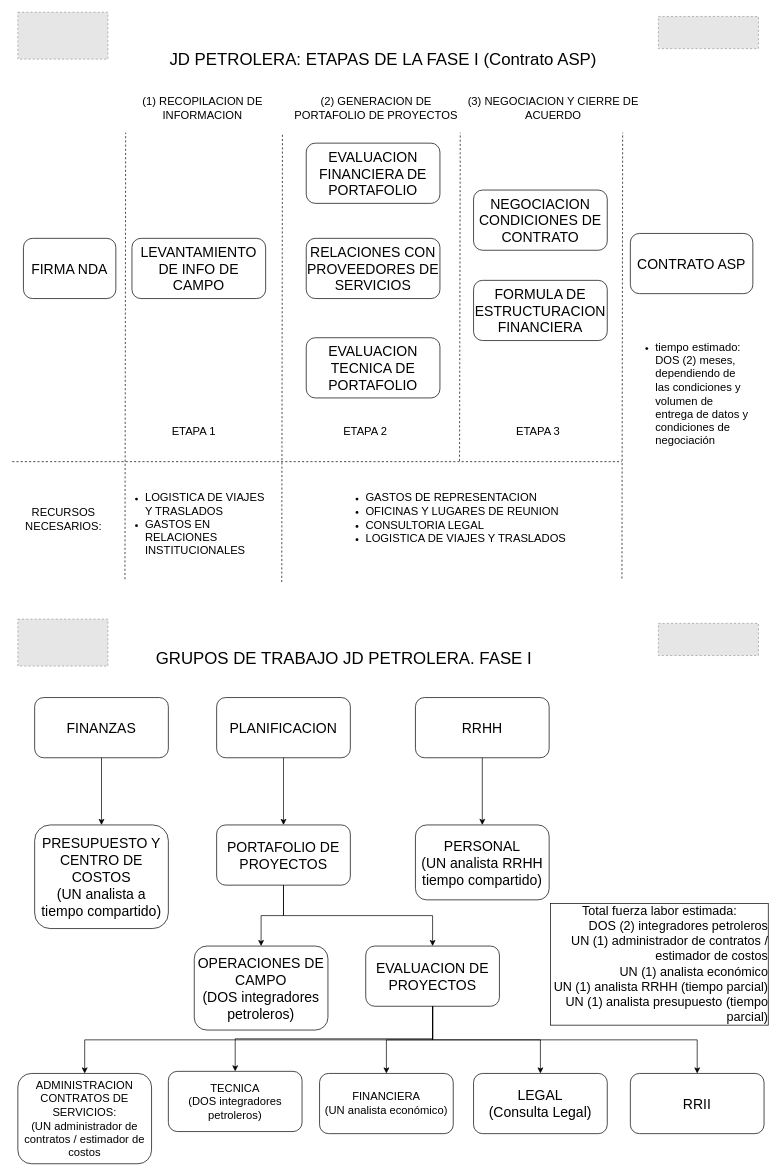
Earlier version of the draw.io diagram page "Page-6" (6 of 6) of estructura_jd_petrolera_gerencias.drawio (joselara112/diagrams). Source tidied: cells renumbered, new cells numbered last; positions are measured from the earlier drawing's top-left corner, leaving out a move shared by most shapes. Both pictures are drawn from the tidied source at 70%, with x=0, y=0 at pixel (12, 12). Pictures stored in the file or linked from it are replaced by grey dashed boxes.
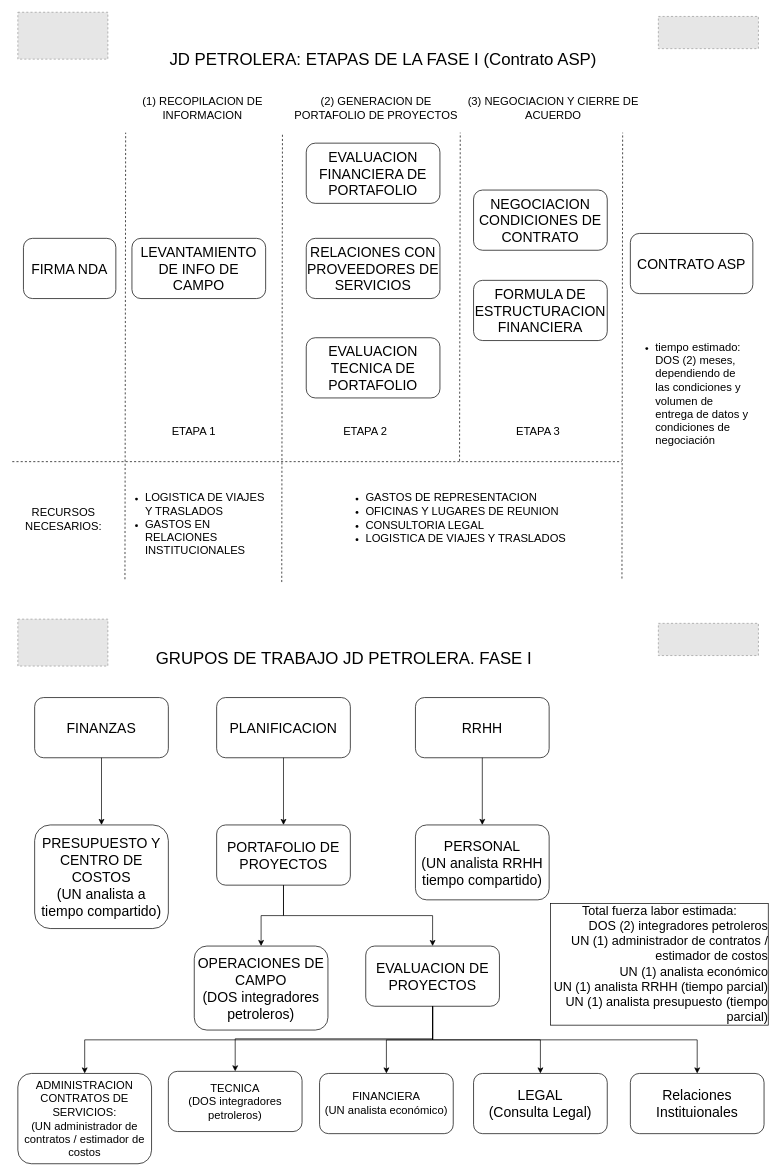
After the change.

Unchanged cells that the change refers to:
```xml
<mxCell id="29" style="group;" parent="1" vertex="1">
  <mxGeometry x="8" y="867" width="1075" height="778" as="geometry" />
</mxCell>
```

What changed in the source:
```diff
@@
-    <mxCell id="49" value="&lt;span style=&quot;font-size: 20px&quot;&gt;RRII&lt;/span&gt;" style="rounded=1;whiteSpace=wrap;html=1;" parent="29" vertex="1">
+    <mxCell id="49" value="&lt;span style=&quot;font-size: 20px&quot;&gt;Relaciones Instituionales&lt;/span&gt;" style="rounded=1;whiteSpace=wrap;html=1;" parent="29" vertex="1">
       <mxGeometry x="875" y="649" width="191" height="86" as="geometry" />
     </mxCell>
```
